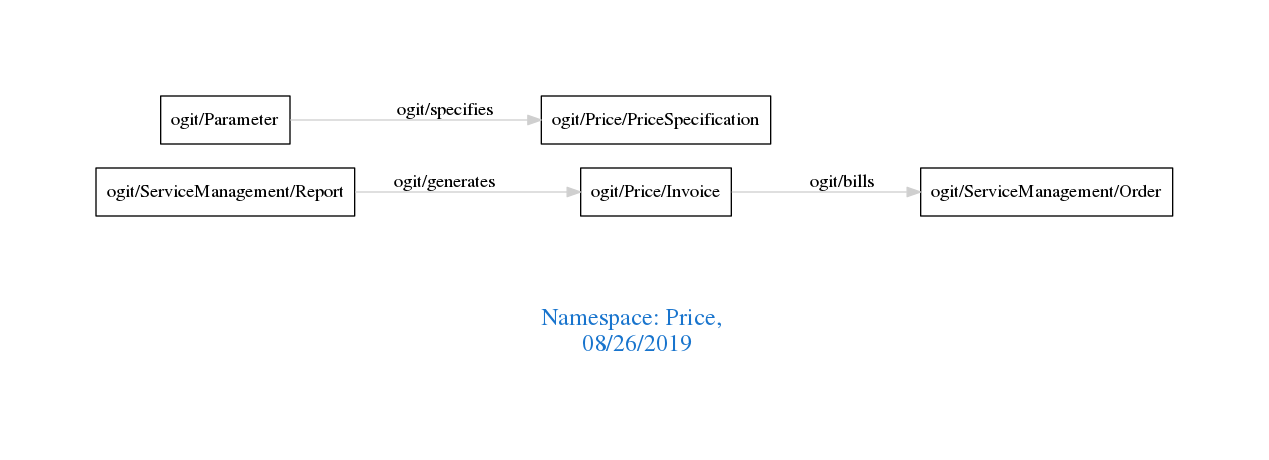
This is downloads/Price.png from arago/OGIT, a Graphviz export, as it was before one commit. Its source is kept beside it as downloads/Price.dot.
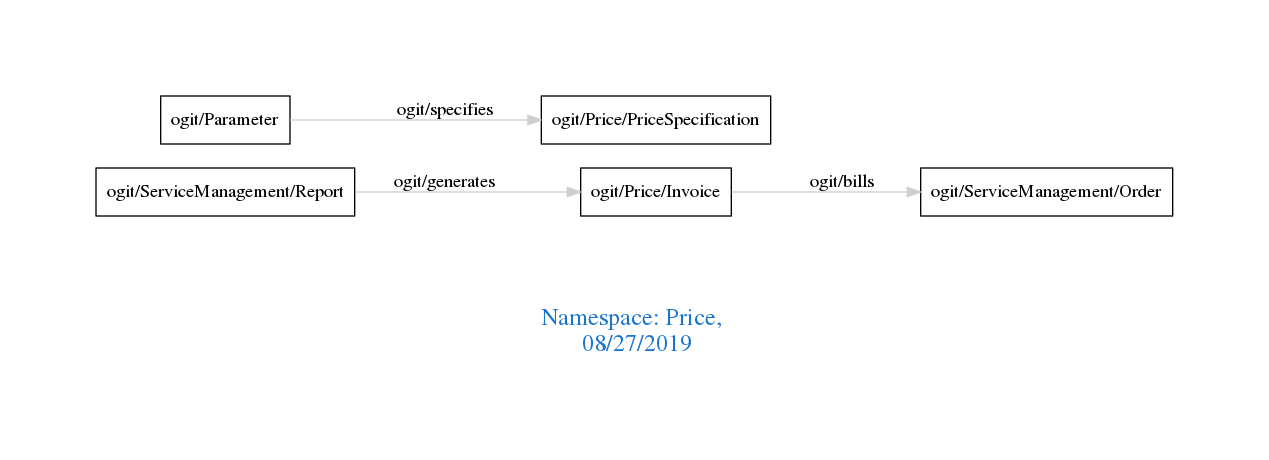
After the change.

The edit, as a diff of the source:
```diff
@@ -1,7 +1,7 @@
 digraph OGIT_ontology {
  graph [ rankdir= LR,pad=1
 fontsize = 18,
-fontcolor= dodgerblue3,label = "\n\n\nNamespace: Price, \n 08/26/2019"];
+fontcolor= dodgerblue3,label = "\n\n\nNamespace: Price, \n 08/27/2019"];
 node[shape=polygon];
 edge [  color="gray81"];
 
```
